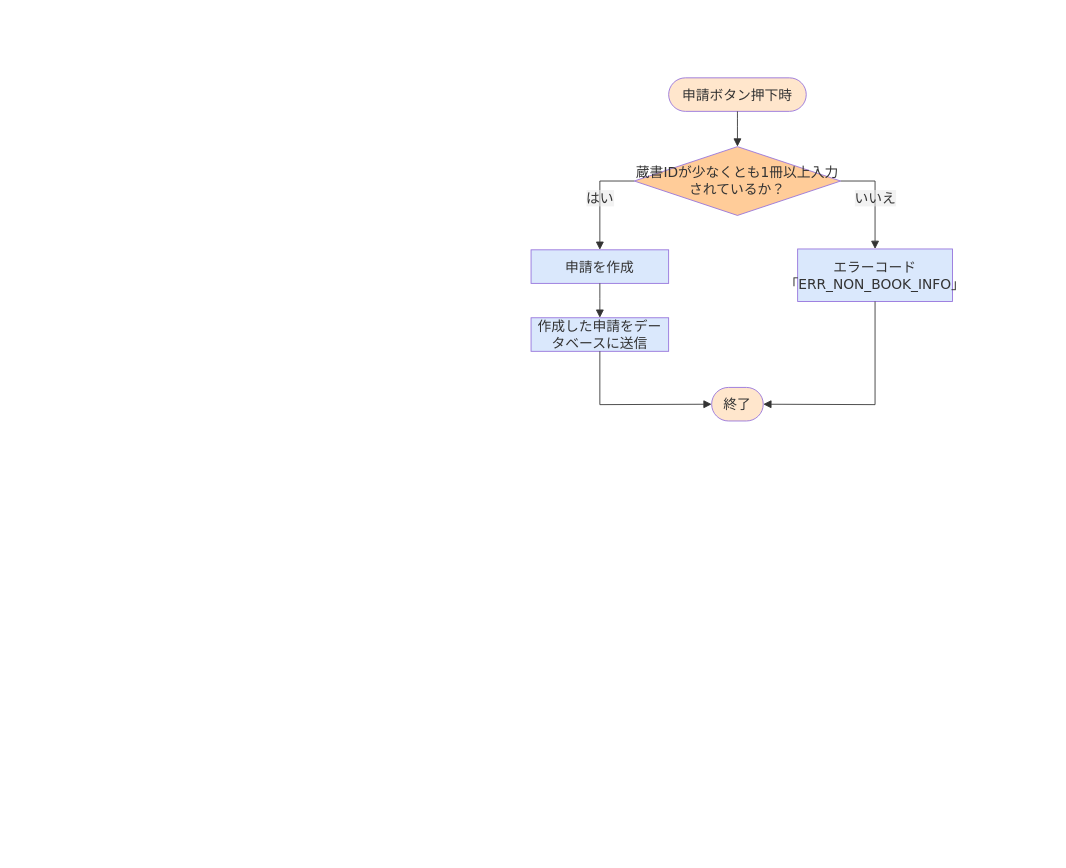
Earlier version of the draw.io diagram 詳細設計書/7班/flowchart/返却申請.drawio (rs002421-creator/-). Source tidied: cells renumbered, new cells numbered last; positions are measured from the earlier drawing's top-left corner, leaving out a move shared by most shapes. Both pictures are drawn from the tidied source at 86%, with x=0, y=0 at pixel (531, 77).
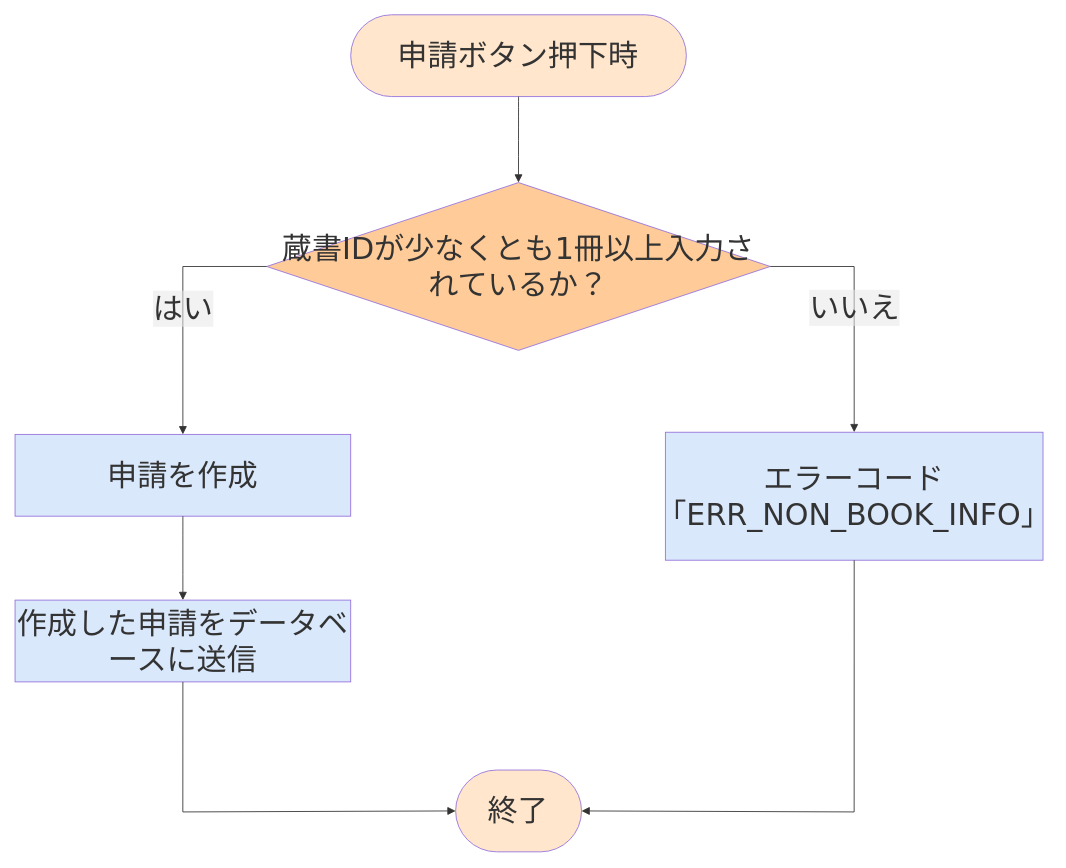
The same diagram, later.

Diff of the diagram source:
```diff
@@
+    <mxCell id="14" style="group;fontSize=35;" parent="1" vertex="1">
+      <mxGeometry x="-600" y="-73.3" width="1195.3" height="973.3" as="geometry" />
+    </mxCell>
-    <mxCell id="2" value="申請ボタン押下時" style="html=1;rounded=1;whiteSpace=wrap;arcSize=50;strokeWidth=1;fillColor=light-dark(#FFE6CC,#1F2020);strokeColor=light-dark(#9370DB,#cccccc);fontColor=light-dark(#333333,#cccccc);fontFamily=Trebuchet MS,Verdana,Arial,sans-serif;fontSize=16;" parent="1" vertex="1">
-      <mxGeometry x="160" width="160" height="39" as="geometry" />
+    <mxCell id="2" value="申請ボタン押下時" style="html=1;rounded=1;whiteSpace=wrap;arcSize=50;strokeWidth=1;fillColor=light-dark(#FFE6CC,#1F2020);strokeColor=light-dark(#9370DB,#cccccc);fontColor=light-dark(#333333,#cccccc);fontFamily=Trebuchet MS,Verdana,Arial,sans-serif;fontSize=35;" parent="14" vertex="1">
+      <mxGeometry x="390.3" width="390.3" height="95.1" as="geometry" />
     </mxCell>
-    <mxCell id="3" value="蔵書IDが少なくとも1冊以上入力されているか？" style="rhombus;html=1;strokeWidth=1;whiteSpace=wrap;fillColor=light-dark(#FFCC99,#1F2020);strokeColor=light-dark(#9370DB,#cccccc);fontColor=light-dark(#333333,#cccccc);fontFamily=Trebuchet MS,Verdana,Arial,sans-serif;fontSize=16;" parent="1" vertex="1">
-      <mxGeometry x="120" y="80" width="240" height="80" as="geometry" />
+    <mxCell id="3" value="蔵書IDが少なくとも1冊以上入力されているか？" style="rhombus;html=1;strokeWidth=1;whiteSpace=wrap;fillColor=light-dark(#FFCC99,#1F2020);strokeColor=light-dark(#9370DB,#cccccc);fontColor=light-dark(#333333,#cccccc);fontFamily=Trebuchet MS,Verdana,Arial,sans-serif;fontSize=35;" parent="14" vertex="1">
+      <mxGeometry x="292.7" y="195.1" width="585.4" height="195.1" as="geometry" />
     </mxCell>
-    <mxCell id="4" value="申請を作成" style="html=1;whiteSpace=wrap;strokeWidth=1;fillColor=light-dark(#DAE8FC,#1F2020);strokeColor=light-dark(#9370DB,#cccccc);fontColor=light-dark(#333333,#cccccc);fontFamily=Trebuchet MS,Verdana,Arial,sans-serif;fontSize=16;" parent="1" vertex="1">
-      <mxGeometry y="200" width="160" height="39" as="geometry" />
+    <mxCell id="4" value="申請を作成" style="html=1;whiteSpace=wrap;strokeWidth=1;fillColor=light-dark(#DAE8FC,#1F2020);strokeColor=light-dark(#9370DB,#cccccc);fontColor=light-dark(#333333,#cccccc);fontFamily=Trebuchet MS,Verdana,Arial,sans-serif;fontSize=35;" parent="14" vertex="1">
+      <mxGeometry y="487.9" width="390.3" height="95.1" as="geometry" />
     </mxCell>
-    <mxCell id="5" value="エラーコード「ERR_NON_BOOK_INFO」" style="html=1;whiteSpace=wrap;strokeWidth=1;fillColor=light-dark(#DAE8FC,#1F2020);strokeColor=light-dark(#9370DB,#cccccc);fontColor=light-dark(#333333,#cccccc);fontFamily=Trebuchet MS,Verdana,Arial,sans-serif;fontSize=16;" parent="1" vertex="1">
-      <mxGeometry x="310" y="199" width="180" height="61" as="geometry" />
+    <mxCell id="5" value="エラーコード「ERR_NON_BOOK_INFO」" style="html=1;whiteSpace=wrap;strokeWidth=1;fillColor=light-dark(#DAE8FC,#1F2020);strokeColor=light-dark(#9370DB,#cccccc);fontColor=light-dark(#333333,#cccccc);fontFamily=Trebuchet MS,Verdana,Arial,sans-serif;fontSize=35;" parent="14" vertex="1">
+      <mxGeometry x="756.2" y="485.4" width="439.1" height="148.8" as="geometry" />
     </mxCell>
-    <mxCell id="6" value="作成した申請をデータベースに送信" style="html=1;whiteSpace=wrap;strokeWidth=1;fillColor=light-dark(#DAE8FC,#1F2020);strokeColor=light-dark(#9370DB,#cccccc);fontColor=light-dark(#333333,#cccccc);fontFamily=Trebuchet MS,Verdana,Arial,sans-serif;fontSize=16;" parent="1" vertex="1">
-      <mxGeometry y="279" width="160" height="39" as="geometry" />
+    <mxCell id="6" value="作成した申請をデータベースに送信" style="html=1;whiteSpace=wrap;strokeWidth=1;fillColor=light-dark(#DAE8FC,#1F2020);strokeColor=light-dark(#9370DB,#cccccc);fontColor=light-dark(#333333,#cccccc);fontFamily=Trebuchet MS,Verdana,Arial,sans-serif;fontSize=35;" parent="14" vertex="1">
+      <mxGeometry y="680.6" width="390.3" height="95.1" as="geometry" />
     </mxCell>
-    <mxCell id="7" value="終了" style="html=1;rounded=1;whiteSpace=wrap;arcSize=50;strokeWidth=1;fillColor=light-dark(#FFE6CC,#1F2020);strokeColor=light-dark(#9370DB,#cccccc);fontColor=light-dark(#333333,#cccccc);fontFamily=Trebuchet MS,Verdana,Arial,sans-serif;fontSize=16;" parent="1" vertex="1">
-      <mxGeometry x="210" y="360" width="60" height="39" as="geometry" />
+    <mxCell id="7" value="終了" style="html=1;rounded=1;whiteSpace=wrap;arcSize=50;strokeWidth=1;fillColor=light-dark(#FFE6CC,#1F2020);strokeColor=light-dark(#9370DB,#cccccc);fontColor=light-dark(#333333,#cccccc);fontFamily=Trebuchet MS,Verdana,Arial,sans-serif;fontSize=35;" parent="14" vertex="1">
+      <mxGeometry x="512.3" y="878.2" width="146.4" height="95.1" as="geometry" />
     </mxCell>
-    <mxCell id="8" style="curved=1;startArrow=none;endArrow=block;endSize=7;strokeColor=light-dark(#333333,#cccccc);exitX=0.5;exitY=1;entryX=0.5;entryY=0;rounded=0;fontSize=12;" parent="1" edge="1" source="2" target="3">
+    <mxCell id="8" style="curved=1;startArrow=none;endArrow=block;endSize=7;strokeColor=light-dark(#333333,#cccccc);exitX=0.5;exitY=1;entryX=0.5;entryY=0;rounded=0;fontSize=35;" parent="14" edge="1" source="2" target="3">
       <mxGeometry relative="1" as="geometry" />
     </mxCell>
-    <mxCell id="9" value="はい" style="curved=0;startArrow=none;endArrow=block;endSize=7;strokeColor=light-dark(#333333,#cccccc);html=1;fontSize=16;labelBackgroundColor=light-dark(#E8E8E88D,#2a2a2a8D);fontFamily=Trebuchet MS,Verdana,Arial,sans-serif;fontColor=light-dark(#333333,#cccccc);exitX=0;exitY=0.5;entryX=0.5;entryY=0;rounded=0;exitDx=0;exitDy=0;" parent="1" edge="1" source="3" target="4">
+    <mxCell id="9" value="はい" style="curved=0;startArrow=none;endArrow=block;endSize=7;strokeColor=light-dark(#333333,#cccccc);html=1;fontSize=35;labelBackgroundColor=light-dark(#E8E8E88D,#2a2a2a8D);fontFamily=Trebuchet MS,Verdana,Arial,sans-serif;fontColor=light-dark(#333333,#cccccc);exitX=0;exitY=0.5;entryX=0.5;entryY=0;rounded=0;exitDx=0;exitDy=0;" parent="14" edge="1" source="3" target="4">
       <mxGeometry relative="1" as="geometry">
         <Array as="points">
-          <mxPoint x="80" y="120" />
+          <mxPoint x="195.1" y="292.7" />
         </Array>
       </mxGeometry>
     </mxCell>
-    <mxCell id="10" value="いいえ" style="curved=0;startArrow=none;endArrow=block;endSize=7;strokeColor=light-dark(#333333,#cccccc);html=1;fontSize=16;labelBackgroundColor=light-dark(#E8E8E88D,#2a2a2a8D);fontFamily=Trebuchet MS,Verdana,Arial,sans-serif;fontColor=light-dark(#333333,#cccccc);entryX=0.5;entryY=0;rounded=0;exitX=1;exitY=0.5;exitDx=0;exitDy=0;" parent="1" edge="1" source="3" target="5">
+    <mxCell id="10" value="いいえ" style="curved=0;startArrow=none;endArrow=block;endSize=7;strokeColor=light-dark(#333333,#cccccc);html=1;fontSize=35;labelBackgroundColor=light-dark(#E8E8E88D,#2a2a2a8D);fontFamily=Trebuchet MS,Verdana,Arial,sans-serif;fontColor=light-dark(#333333,#cccccc);entryX=0.5;entryY=0;rounded=0;exitX=1;exitY=0.5;exitDx=0;exitDy=0;" parent="14" edge="1" source="3" target="5">
       <mxGeometry relative="1" as="geometry">
         <Array as="points">
-          <mxPoint x="400" y="120" />
+          <mxPoint x="975.7" y="292.7" />
         </Array>
       </mxGeometry>
     </mxCell>
-    <mxCell id="11" style="curved=1;startArrow=none;endArrow=block;endSize=7;strokeColor=light-dark(#333333,#cccccc);exitX=0.5;exitY=1;entryX=0.5;entryY=0;rounded=0;fontSize=12;" parent="1" edge="1" source="4" target="6">
+    <mxCell id="11" style="curved=1;startArrow=none;endArrow=block;endSize=7;strokeColor=light-dark(#333333,#cccccc);exitX=0.5;exitY=1;entryX=0.5;entryY=0;rounded=0;fontSize=35;" parent="14" edge="1" source="4" target="6">
       <mxGeometry relative="1" as="geometry" />
     </mxCell>
-    <mxCell id="12" style="curved=0;startArrow=none;endArrow=block;endSize=7;strokeColor=light-dark(#333333,#cccccc);exitX=0.5;exitY=1;entryX=0;entryY=0.5;rounded=0;fontSize=12;entryDx=0;entryDy=0;" parent="1" edge="1" source="6" target="7">
+    <mxCell id="12" style="curved=0;startArrow=none;endArrow=block;endSize=7;strokeColor=light-dark(#333333,#cccccc);exitX=0.5;exitY=1;entryX=0;entryY=0.5;rounded=0;fontSize=35;entryDx=0;entryDy=0;" parent="14" edge="1" source="6" target="7">
       <mxGeometry relative="1" as="geometry">
         <Array as="points">
-          <mxPoint x="80" y="380" />
+          <mxPoint x="195.1" y="926.9" />
         </Array>
       </mxGeometry>
     </mxCell>
-    <mxCell id="13" style="curved=0;startArrow=none;endArrow=block;endSize=7;strokeColor=light-dark(#333333,#cccccc);exitX=0.5;exitY=1;entryX=1;entryY=0.5;rounded=0;fontSize=12;entryDx=0;entryDy=0;" parent="1" edge="1" source="5" target="7">
+    <mxCell id="13" style="curved=0;startArrow=none;endArrow=block;endSize=7;strokeColor=light-dark(#333333,#cccccc);exitX=0.5;exitY=1;entryX=1;entryY=0.5;rounded=0;fontSize=35;entryDx=0;entryDy=0;" parent="14" edge="1" source="5" target="7">
       <mxGeometry relative="1" as="geometry">
         <Array as="points">
-          <mxPoint x="400" y="380" />
+          <mxPoint x="975.7" y="926.9" />
         </Array>
       </mxGeometry>
     </mxCell>
```
